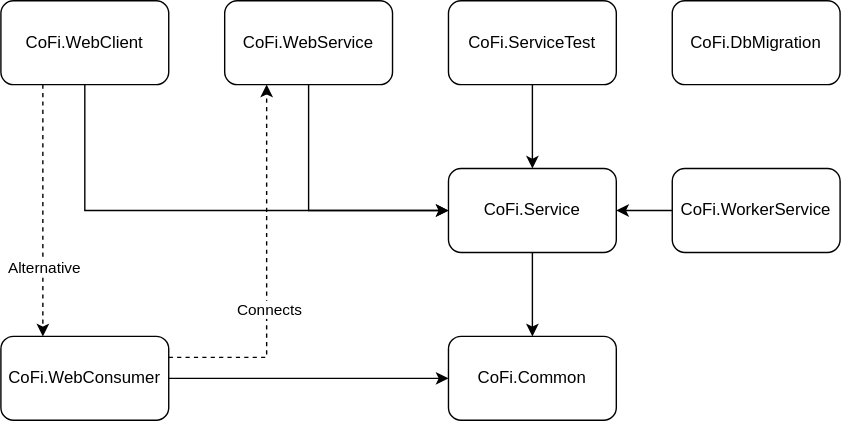
The draw.io diagram Diagrams/AnaSys/CoFi/CoFi.Project.Dependencies.svg in feifel/notion, before a commit. Source tidied: cells renumbered, new cells last; positions are measured from the earlier drawing's top-left corner, leaving out a move shared by most shapes. Source of this version:
```xml
<mxGraphModel>
  <root>
    <mxCell id="0" />
    <mxCell id="1" parent="0" />
    <mxCell id="2" value="CoFi.Common" style="rounded=1;whiteSpace=wrap;html=1;" parent="1" vertex="1">
      <mxGeometry x="320" y="240" width="120" height="60" as="geometry" />
    </mxCell>
    <mxCell id="3" style="edgeStyle=orthogonalEdgeStyle;rounded=0;jettySize=auto;html=1;exitX=0.5;exitY=1;exitDx=0;exitDy=0;entryX=0.5;entryY=0;entryDx=0;entryDy=0;" parent="1" edge="1" source="4" target="2">
      <mxGeometry relative="1" as="geometry" />
    </mxCell>
    <mxCell id="4" value="CoFi.Service" style="rounded=1;whiteSpace=wrap;html=1;" parent="1" vertex="1">
      <mxGeometry x="320" y="120" width="120" height="60" as="geometry" />
    </mxCell>
    <mxCell id="5" style="edgeStyle=orthogonalEdgeStyle;rounded=0;jettySize=auto;html=1;exitX=1;exitY=0.5;exitDx=0;exitDy=0;entryX=0;entryY=0.5;entryDx=0;entryDy=0;" parent="1" edge="1" source="8" target="2">
      <mxGeometry relative="1" as="geometry" />
    </mxCell>
    <mxCell id="6" style="edgeStyle=orthogonalEdgeStyle;rounded=0;jettySize=auto;html=1;exitX=1;exitY=0.25;exitDx=0;exitDy=0;entryX=0.25;entryY=1;entryDx=0;entryDy=0;dashed=1;" parent="1" edge="1" source="8" target="13">
      <mxGeometry relative="1" as="geometry" />
    </mxCell>
    <mxCell id="7" value="Connects" style="edgeLabel;html=1;align=center;verticalAlign=middle;" parent="6" vertex="1">
      <mxGeometry x="0.1" y="-1" relative="1" as="geometry">
        <mxPoint y="41" as="offset" />
      </mxGeometry>
    </mxCell>
    <mxCell id="8" value="CoFi.WebConsumer" style="rounded=1;whiteSpace=wrap;html=1;" parent="1" vertex="1">
      <mxGeometry y="240" width="120" height="60" as="geometry" />
    </mxCell>
    <mxCell id="9" style="edgeStyle=orthogonalEdgeStyle;rounded=0;jettySize=auto;html=1;exitX=0;exitY=0.5;exitDx=0;exitDy=0;entryX=1;entryY=0.5;entryDx=0;entryDy=0;" parent="1" edge="1" source="10" target="4">
      <mxGeometry relative="1" as="geometry" />
    </mxCell>
    <mxCell id="10" value="CoFi.WorkerService" style="rounded=1;whiteSpace=wrap;html=1;" parent="1" vertex="1">
      <mxGeometry x="480" y="120" width="120" height="60" as="geometry" />
    </mxCell>
    <mxCell id="11" style="edgeStyle=orthogonalEdgeStyle;rounded=0;jettySize=auto;html=1;exitX=0.5;exitY=1;exitDx=0;exitDy=0;entryX=0;entryY=0.5;entryDx=0;entryDy=0;" parent="1" edge="1" source="13" target="4">
      <mxGeometry relative="1" as="geometry" />
    </mxCell>
    <mxCell id="12" style="edgeStyle=orthogonalEdgeStyle;rounded=0;jettySize=auto;html=1;exitX=0.5;exitY=1;exitDx=0;exitDy=0;dashed=1;" parent="1" edge="1" source="13">
      <mxGeometry relative="1" as="geometry">
        <mxPoint x="220" y="60" as="targetPoint" />
      </mxGeometry>
    </mxCell>
    <mxCell id="13" value="&lt;div&gt;CoFi.WebService &lt;/div&gt;" style="rounded=1;whiteSpace=wrap;html=1;" parent="1" vertex="1">
      <mxGeometry x="160" width="120" height="60" as="geometry" />
    </mxCell>
    <mxCell id="14" style="edgeStyle=orthogonalEdgeStyle;rounded=0;jettySize=auto;html=1;exitX=0.5;exitY=1;exitDx=0;exitDy=0;entryX=0.5;entryY=0;entryDx=0;entryDy=0;" parent="1" edge="1" source="15" target="4">
      <mxGeometry relative="1" as="geometry" />
    </mxCell>
    <mxCell id="15" value="&lt;div&gt;CoFi.ServiceTest&lt;/div&gt;" style="rounded=1;whiteSpace=wrap;html=1;" parent="1" vertex="1">
      <mxGeometry x="320" width="120" height="60" as="geometry" />
    </mxCell>
    <mxCell id="16" style="edgeStyle=orthogonalEdgeStyle;rounded=0;jettySize=auto;html=1;exitX=0.5;exitY=1;exitDx=0;exitDy=0;entryX=0;entryY=0.5;entryDx=0;entryDy=0;" parent="1" edge="1" source="19" target="4">
      <mxGeometry relative="1" as="geometry" />
    </mxCell>
    <mxCell id="17" style="edgeStyle=orthogonalEdgeStyle;rounded=0;jettySize=auto;html=1;exitX=0.25;exitY=1;exitDx=0;exitDy=0;entryX=0.25;entryY=0;entryDx=0;entryDy=0;dashed=1;" parent="1" edge="1" source="19" target="8">
      <mxGeometry relative="1" as="geometry" />
    </mxCell>
    <mxCell id="18" value="Alternative" style="edgeLabel;html=1;align=center;verticalAlign=middle;" parent="17" vertex="1">
      <mxGeometry x="-0.23" relative="1" as="geometry">
        <mxPoint y="61" as="offset" />
      </mxGeometry>
    </mxCell>
    <mxCell id="19" value="CoFi.WebClient" style="rounded=1;whiteSpace=wrap;html=1;" parent="1" vertex="1">
      <mxGeometry width="120" height="60" as="geometry" />
    </mxCell>
    <mxCell id="20" value="&lt;div&gt;CoFi.DbMigration&lt;/div&gt;" style="rounded=1;whiteSpace=wrap;html=1;" parent="1" vertex="1">
      <mxGeometry x="480" width="120" height="60" as="geometry" />
    </mxCell>
  </root>
</mxGraphModel>
```
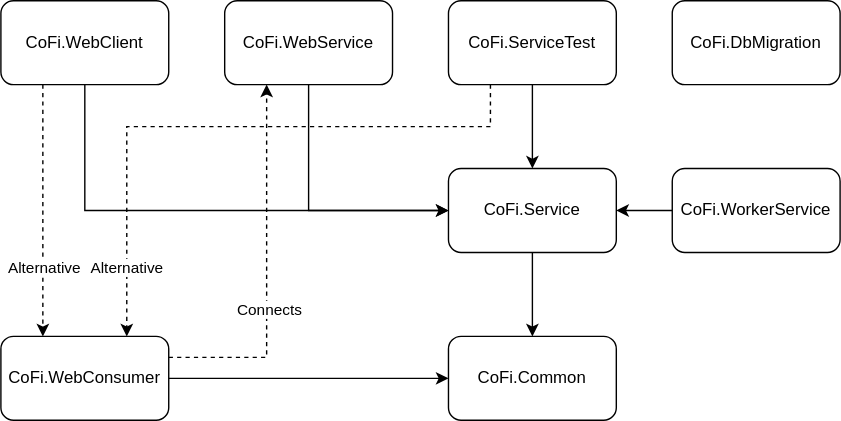
After the commit.

What changed in the source:
```diff
@@ -45,6 +45,20 @@
     <mxCell id="14" style="edgeStyle=orthogonalEdgeStyle;rounded=0;jettySize=auto;html=1;exitX=0.5;exitY=1;exitDx=0;exitDy=0;entryX=0.5;entryY=0;entryDx=0;entryDy=0;" parent="1" edge="1" source="15" target="4">
       <mxGeometry relative="1" as="geometry" />
     </mxCell>
+    <mxCell id="21" style="edgeStyle=orthogonalEdgeStyle;rounded=0;jettySize=auto;html=1;exitX=0.25;exitY=1;exitDx=0;exitDy=0;dashed=1;" parent="1" edge="1" source="15">
+      <mxGeometry relative="1" as="geometry">
+        <mxPoint x="90" y="240" as="targetPoint" />
+        <Array as="points">
+          <mxPoint x="350" y="90" />
+          <mxPoint x="90" y="90" />
+        </Array>
+      </mxGeometry>
+    </mxCell>
+    <mxCell id="22" value="Alternative" style="edgeLabel;html=1;align=center;verticalAlign=middle;" parent="21" vertex="1">
+      <mxGeometry x="0.79" y="-1" relative="1" as="geometry">
+        <mxPoint y="-3" as="offset" />
+      </mxGeometry>
+    </mxCell>
     <mxCell id="15" value="&lt;div&gt;CoFi.ServiceTest&lt;/div&gt;" style="rounded=1;whiteSpace=wrap;html=1;" parent="1" vertex="1">
       <mxGeometry x="320" width="120" height="60" as="geometry" />
     </mxCell>
```
